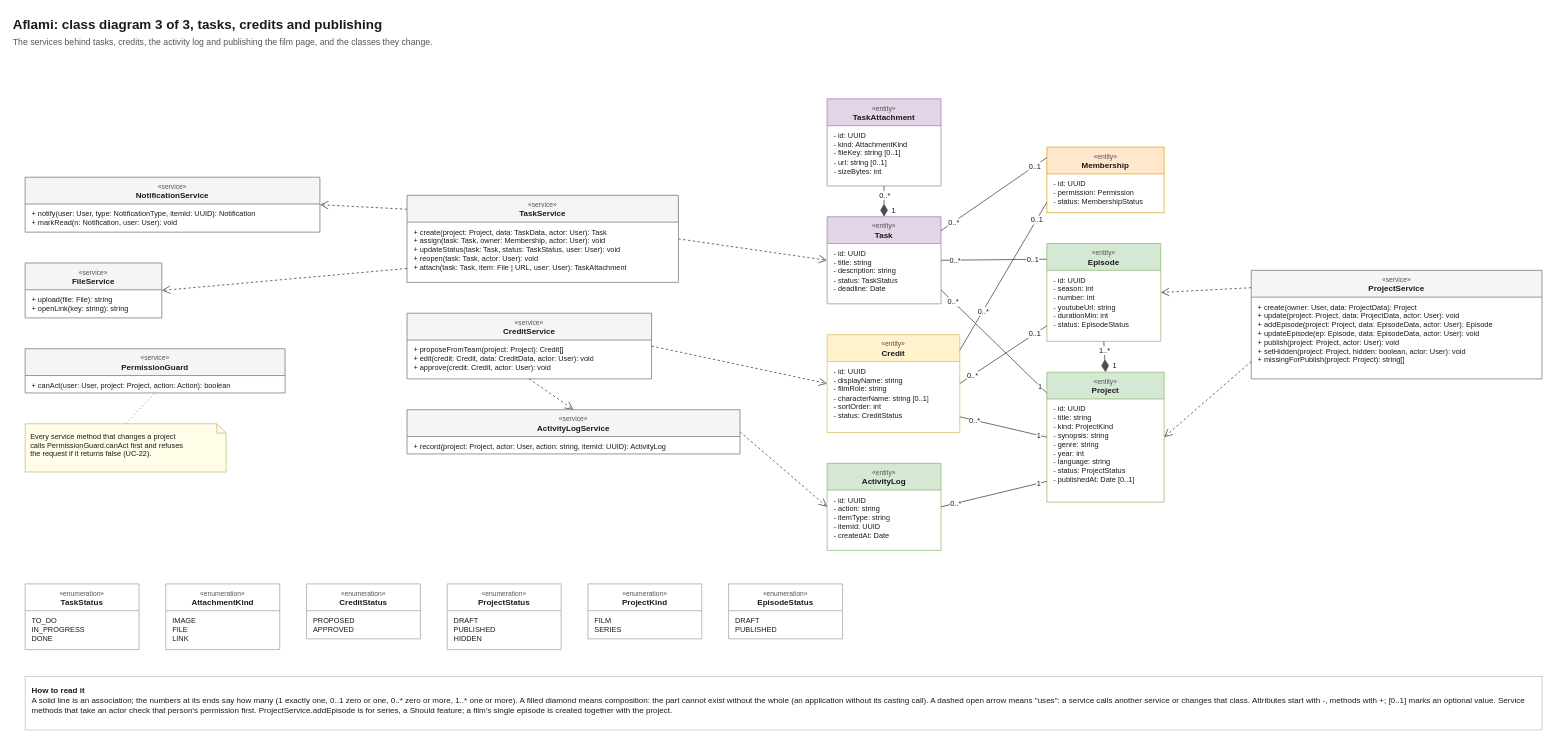
The draw.io diagram design/diagrams/Aflami_Class_Tasks_Credits.drawio in Anas-Azib/Aflami, before the edit. Source tidied: cells renumbered, new cells numbered last; positions are measured from the earlier drawing's top-left corner, leaving out a move shared by most shapes. Both pictures are drawn from the tidied source at 67%, with x=0, y=0 at pixel (11, 11).
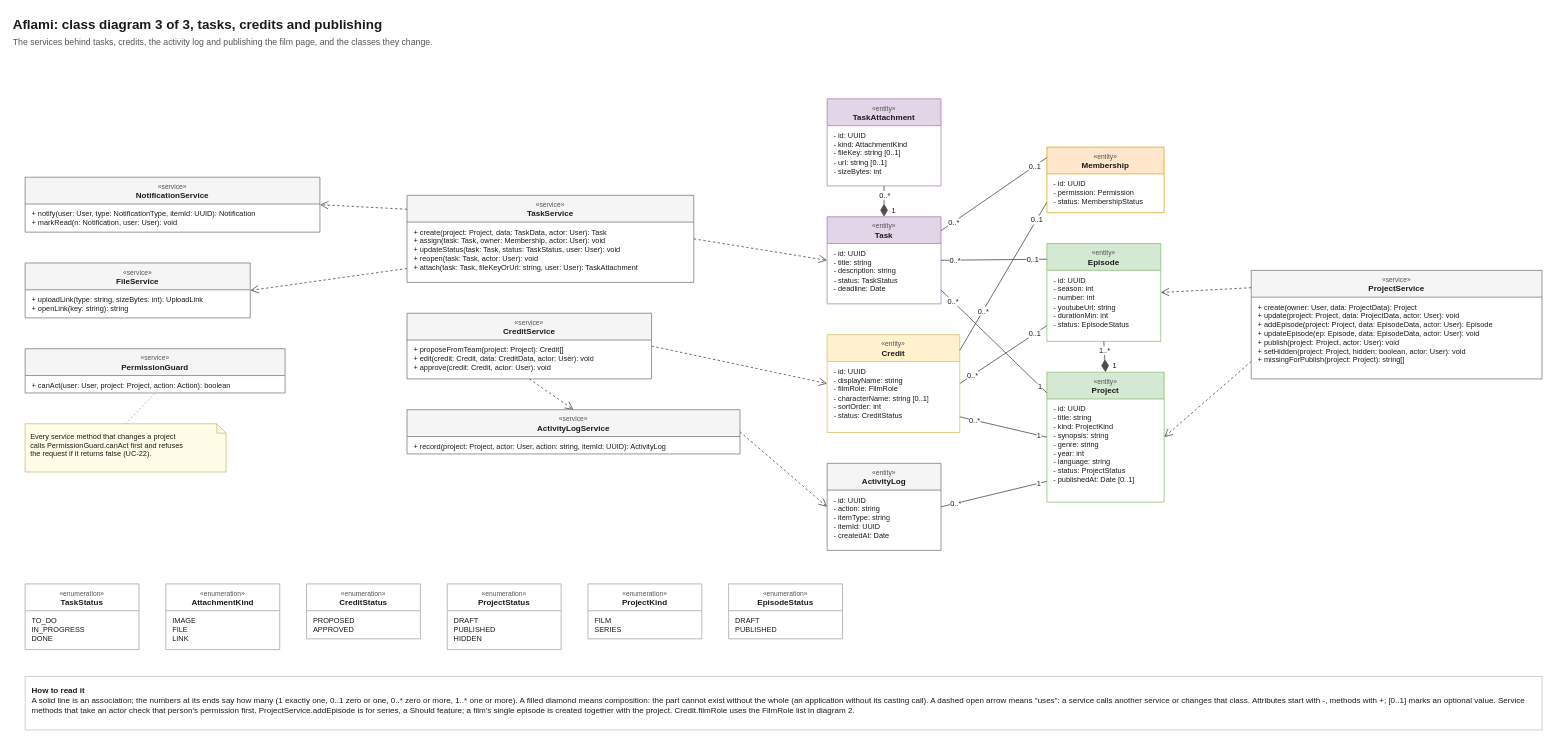
The same diagram, later.

Commit message (it also covers changes not shown here):
design: add architecture diagrams, design decisions and film roles

Unchanged cells that the change refers to:
```xml
<mxCell id="22" value="&lt;font style=&quot;font-size: 10px;&quot; color=&quot;#555555&quot;&gt;«entity»&lt;/font&gt;&lt;br&gt;&lt;b&gt;Credit&lt;/b&gt;" style="swimlane;fontStyle=0;align=center;verticalAlign=top;horizontal=1;startSize=40;whiteSpace=wrap;html=1;fillColor=#FFF2CC;strokeColor=#D6B656;swimlaneFillColor=#FFFFFF;fontSize=12;fontColor=#1A1A1A;" parent="1" vertex="1">
  <mxGeometry x="1217" y="482" width="198" height="146" as="geometry" />
</mxCell>
```

Change to the diagram source:
```diff
@@
     <mxCell id="8" value="&lt;font style=&quot;font-size: 10px;&quot; color=&quot;#555555&quot;&gt;«service»&lt;/font&gt;&lt;br&gt;&lt;b&gt;FileService&lt;/b&gt;" style="swimlane;fontStyle=0;align=center;verticalAlign=top;horizontal=1;startSize=40;whiteSpace=wrap;html=1;fillColor=#F5F5F5;strokeColor=#666666;swimlaneFillColor=#FFFFFF;fontSize=12;fontColor=#1A1A1A;" parent="1" vertex="1">
-      <mxGeometry x="20" y="375" width="204" height="82" as="geometry" />
+      <mxGeometry x="20" y="375" width="336" height="82" as="geometry" />
     </mxCell>
-    <mxCell id="9" value="+ upload(file: File): string&lt;br&gt;+ openLink(key: string): string" style="text;strokeColor=none;fillColor=none;align=left;verticalAlign=top;spacingLeft=8;spacingRight=4;spacingTop=2;overflow=hidden;whiteSpace=wrap;html=1;fontSize=11;fontColor=#1A1A1A;" parent="8" vertex="1">
-      <mxGeometry y="40" width="204" height="42" as="geometry" />
+    <mxCell id="9" value="+ uploadLink(type: string, sizeBytes: int): UploadLink&lt;br&gt;+ openLink(key: string): string" style="text;strokeColor=none;fillColor=none;align=left;verticalAlign=top;spacingLeft=8;spacingRight=4;spacingTop=2;overflow=hidden;whiteSpace=wrap;html=1;fontSize=11;fontColor=#1A1A1A;" parent="8" vertex="1">
+      <mxGeometry y="40" width="336" height="42" as="geometry" />
     </mxCell>
     <mxCell id="10" value="&lt;font style=&quot;font-size: 10px;&quot; color=&quot;#555555&quot;&gt;«service»&lt;/font&gt;&lt;br&gt;&lt;b&gt;TaskService&lt;/b&gt;" style="swimlane;fontStyle=0;align=center;verticalAlign=top;horizontal=1;startSize=40;whiteSpace=wrap;html=1;fillColor=#F5F5F5;strokeColor=#666666;swimlaneFillColor=#FFFFFF;fontSize=12;fontColor=#1A1A1A;" parent="1" vertex="1">
-      <mxGeometry x="590" y="274" width="405" height="130" as="geometry" />
+      <mxGeometry x="590" y="274" width="428" height="130" as="geometry" />
     </mxCell>
-    <mxCell id="11" value="+ create(project: Project, data: TaskData, actor: User): Task&lt;br&gt;+ assign(task: Task, owner: Membership, actor: User): void&lt;br&gt;+ updateStatus(task: Task, status: TaskStatus, user: User): void&lt;br&gt;+ reopen(task: Task, actor: User): void&lt;br&gt;+ attach(task: Task, item: File | URL, user: User): TaskAttachment" style="text;strokeColor=none;fillColor=none;align=left;verticalAlign=top;spacingLeft=8;spacingRight=4;spacingTop=2;overflow=hidden;whiteSpace=wrap;html=1;fontSize=11;fontColor=#1A1A1A;" parent="10" vertex="1">
-      <mxGeometry y="40" width="405" height="90" as="geometry" />
+    <mxCell id="11" value="+ create(project: Project, data: TaskData, actor: User): Task&lt;br&gt;+ assign(task: Task, owner: Membership, actor: User): void&lt;br&gt;+ updateStatus(task: Task, status: TaskStatus, user: User): void&lt;br&gt;+ reopen(task: Task, actor: User): void&lt;br&gt;+ attach(task: Task, fileKeyOrUrl: string, user: User): TaskAttachment" style="text;strokeColor=none;fillColor=none;align=left;verticalAlign=top;spacingLeft=8;spacingRight=4;spacingTop=2;overflow=hidden;whiteSpace=wrap;html=1;fontSize=11;fontColor=#1A1A1A;" parent="10" vertex="1">
+      <mxGeometry y="40" width="428" height="90" as="geometry" />
     </mxCell>
@@
-    <mxCell id="23" value="- id: UUID&lt;br&gt;- displayName: string&lt;br&gt;- filmRole: string&lt;br&gt;- characterName: string [0..1]&lt;br&gt;- sortOrder: int&lt;br&gt;- status: CreditStatus" style="text;strokeColor=none;fillColor=none;align=left;verticalAlign=top;spacingLeft=8;spacingRight=4;spacingTop=2;overflow=hidden;whiteSpace=wrap;html=1;fontSize=11;fontColor=#1A1A1A;" parent="22" vertex="1">
+    <mxCell id="23" value="- id: UUID&lt;br&gt;- displayName: string&lt;br&gt;- filmRole: FilmRole&lt;br&gt;- characterName: string [0..1]&lt;br&gt;- sortOrder: int&lt;br&gt;- status: CreditStatus" style="text;strokeColor=none;fillColor=none;align=left;verticalAlign=top;spacingLeft=8;spacingRight=4;spacingTop=2;overflow=hidden;whiteSpace=wrap;html=1;fontSize=11;fontColor=#1A1A1A;" parent="22" vertex="1">
       <mxGeometry y="40" width="198" height="106" as="geometry" />
     </mxCell>
-    <mxCell id="24" value="&lt;font style=&quot;font-size: 10px;&quot; color=&quot;#555555&quot;&gt;«entity»&lt;/font&gt;&lt;br&gt;&lt;b&gt;ActivityLog&lt;/b&gt;" style="swimlane;fontStyle=0;align=center;verticalAlign=top;horizontal=1;startSize=40;whiteSpace=wrap;html=1;fillColor=#D5E8D4;strokeColor=#82B366;swimlaneFillColor=#FFFFFF;fontSize=12;fontColor=#1A1A1A;" parent="1" vertex="1">
+    <mxCell id="24" value="&lt;font style=&quot;font-size: 10px;&quot; color=&quot;#555555&quot;&gt;«entity»&lt;/font&gt;&lt;br&gt;&lt;b&gt;ActivityLog&lt;/b&gt;" style="swimlane;fontStyle=0;align=center;verticalAlign=top;horizontal=1;startSize=40;whiteSpace=wrap;html=1;fillColor=#F5F5F5;strokeColor=#666666;swimlaneFillColor=#FFFFFF;fontSize=12;fontColor=#1A1A1A;" parent="1" vertex="1">
       <mxGeometry x="1217" y="674" width="170" height="130" as="geometry" />
     </mxCell>
@@
-    <mxCell id="80" value="&lt;b&gt;How to read it&lt;/b&gt;&lt;br&gt;A solid line is an association; the numbers at its ends say how many (1 exactly one, 0..1 zero or one, 0..* zero or more, 1..* one or more). A filled diamond means composition: the part cannot exist without the whole (an application without its casting call). A dashed open arrow means &quot;uses&quot;: a service calls another service or changes that class. Attributes start with -, methods with +; [0..1] marks an optional value. Service methods that take an actor check that person's permission first. ProjectService.addEpisode is for series, a Should feature; a film's single episode is created together with the project." style="rounded=0;whiteSpace=wrap;html=1;align=left;verticalAlign=top;spacing=10;fillColor=#FFFFFF;strokeColor=#BBBBBB;fontSize=12;fontColor=#1A1A1A;" parent="1" vertex="1">
+    <mxCell id="80" value="&lt;b&gt;How to read it&lt;/b&gt;&lt;br&gt;A solid line is an association; the numbers at its ends say how many (1 exactly one, 0..1 zero or one, 0..* zero or more, 1..* one or more). A filled diamond means composition: the part cannot exist without the whole (an application without its casting call). A dashed open arrow means &quot;uses&quot;: a service calls another service or changes that class. Attributes start with -, methods with +; [0..1] marks an optional value. Service methods that take an actor check that person's permission first. ProjectService.addEpisode is for series, a Should feature; a film's single episode is created together with the project. Credit.filmRole uses the FilmRole list in diagram 2." style="rounded=0;whiteSpace=wrap;html=1;align=left;verticalAlign=top;spacing=10;fillColor=#FFFFFF;strokeColor=#BBBBBB;fontSize=12;fontColor=#1A1A1A;" parent="1" vertex="1">
       <mxGeometry x="20" y="992" width="2264" height="80" as="geometry" />
     </mxCell>
```
